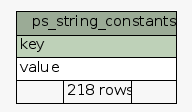
kalxas/rasdaman keeps this Graphviz diagram as manuals_and_examples/manuals/doc-petascope/dbschema/schema/diagrams/summary/ps_string_constants.1degree.png. Above is the earlier version. Its source is kept beside it as manuals_and_examples/manuals/doc-petascope/dbschema/schema/diagrams/summary/ps_string_constants.1degree.dot. Source of this version:
```dot
digraph "ps_string_constants" {
  graph [
    rankdir="RL"
    bgcolor="#f7f7f7"
    nodesep="0.18"
    ranksep="0.46"
    fontname="Helvetica"
    fontsize="11"
  ];
  node [
    fontname="Helvetica"
    fontsize="11"
    shape="plaintext"
  ];
  edge [
    arrowsize="0.8"
  ];
  "ps_string_constants" [
    label=<
    <TABLE BORDER="0" CELLBORDER="1" CELLSPACING="0" BGCOLOR="#ffffff">
      <TR><TD COLSPAN="3" BGCOLOR="#9bab96" ALIGN="CENTER">ps_string_constants</TD></TR>
      <TR><TD PORT="key" COLSPAN="3" BGCOLOR="#bed1b8" ALIGN="LEFT">key</TD></TR>
      <TR><TD PORT="value" COLSPAN="3" ALIGN="LEFT">value</TD></TR>
      <TR><TD ALIGN="LEFT" BGCOLOR="#f7f7f7">  </TD><TD ALIGN="RIGHT" BGCOLOR="#f7f7f7">218 rows</TD><TD ALIGN="RIGHT" BGCOLOR="#f7f7f7">  </TD></TR>
    </TABLE>>
    URL="tables/ps_string_constants.html"
    tooltip="ps_string_constants"
  ];
}
```
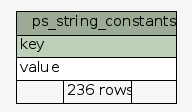
The same diagram one commit later.

The edit, as a diff of the source:
```diff
@@ -21,7 +21,7 @@
       <TR><TD COLSPAN="3" BGCOLOR="#9bab96" ALIGN="CENTER">ps_string_constants</TD></TR>
       <TR><TD PORT="key" COLSPAN="3" BGCOLOR="#bed1b8" ALIGN="LEFT">key</TD></TR>
       <TR><TD PORT="value" COLSPAN="3" ALIGN="LEFT">value</TD></TR>
-      <TR><TD ALIGN="LEFT" BGCOLOR="#f7f7f7">  </TD><TD ALIGN="RIGHT" BGCOLOR="#f7f7f7">218 rows</TD><TD ALIGN="RIGHT" BGCOLOR="#f7f7f7">  </TD></TR>
+      <TR><TD ALIGN="LEFT" BGCOLOR="#f7f7f7">  </TD><TD ALIGN="RIGHT" BGCOLOR="#f7f7f7">236 rows</TD><TD ALIGN="RIGHT" BGCOLOR="#f7f7f7">  </TD></TR>
     </TABLE>>
     URL="tables/ps_string_constants.html"
     tooltip="ps_string_constants"
```
